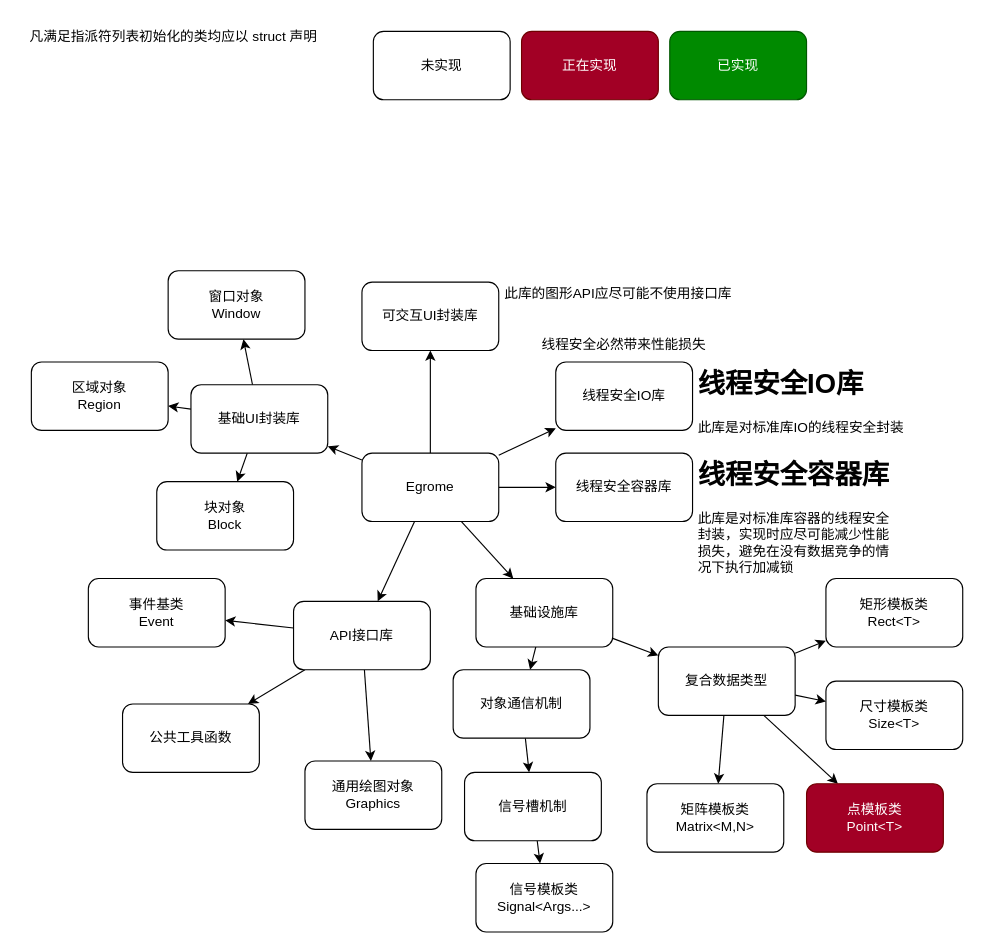
Above: des.dio in Anglebase/GraceFt (draw.io), before the change. Source tidied: cells renumbered, new cells numbered last; positions are measured from the earlier drawing's top-left corner, leaving out a move shared by most shapes. Both pictures are drawn from the tidied source at 114%, with x=0, y=0 at pixel (19, 19).
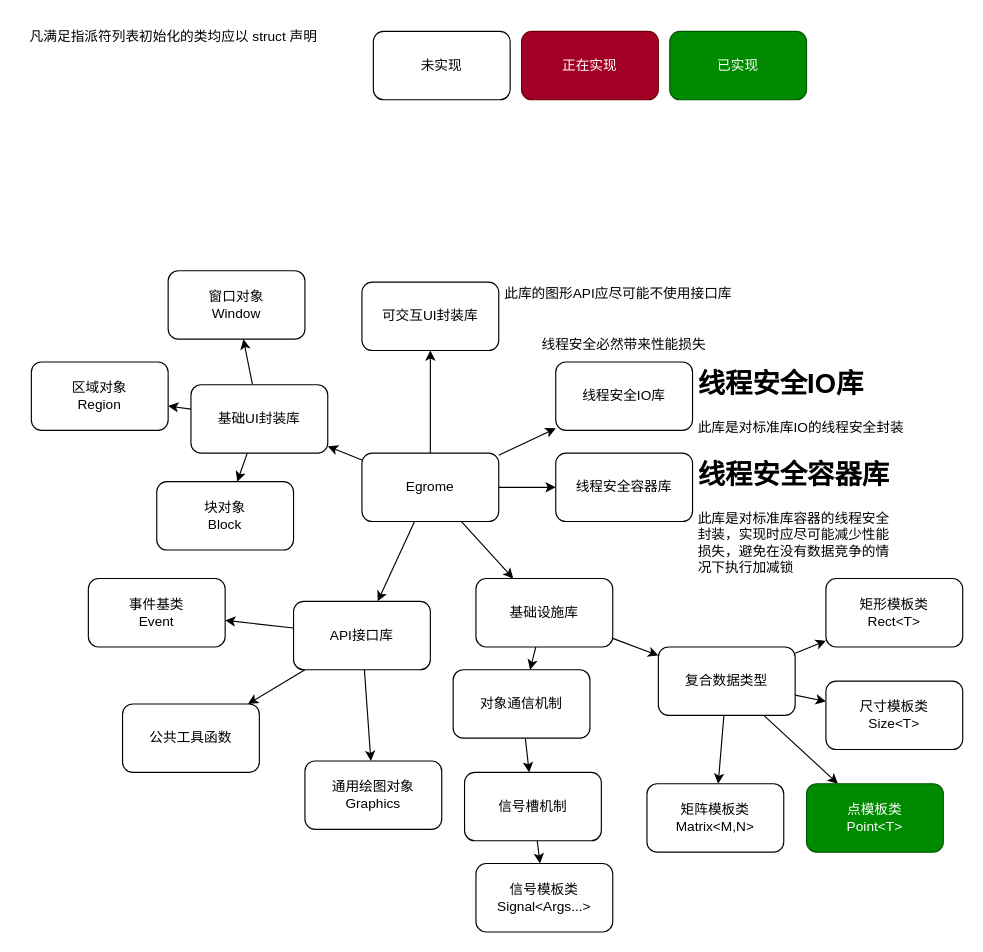
After the change.

Diff of the diagram source:
```diff
@@
-    <mxCell id="20" value="点模板类&lt;br&gt;Point&amp;lt;T&amp;gt;" style="rounded=1;whiteSpace=wrap;html=1;fillColor=#a20025;strokeColor=#6F0000;fontColor=#ffffff;" parent="1" vertex="1">
+    <mxCell id="20" value="点模板类&lt;br&gt;Point&amp;lt;T&amp;gt;" style="rounded=1;whiteSpace=wrap;html=1;fillColor=#008a00;strokeColor=#005700;fontColor=#ffffff;" parent="1" vertex="1">
       <mxGeometry x="690" y="670" width="120" height="60" as="geometry" />
     </mxCell>
```
